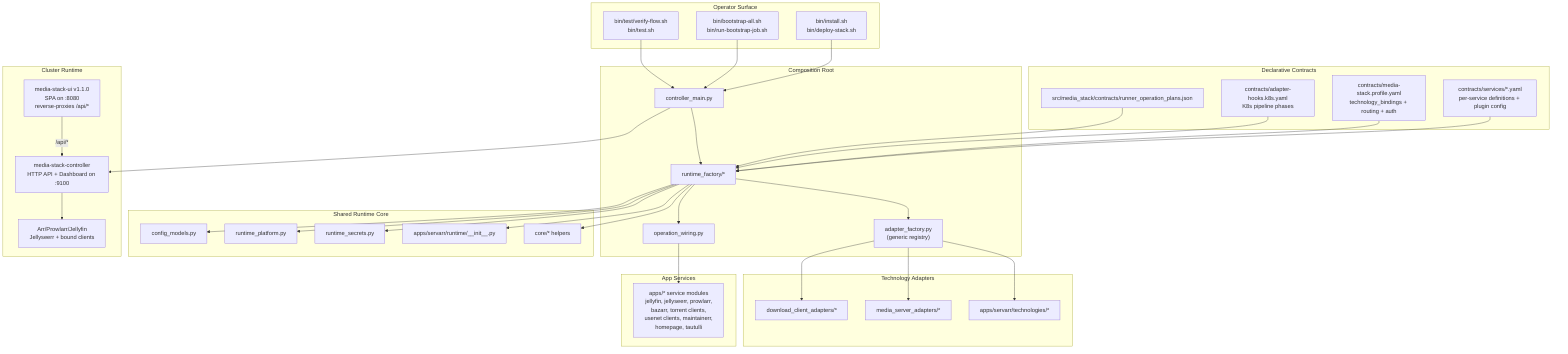
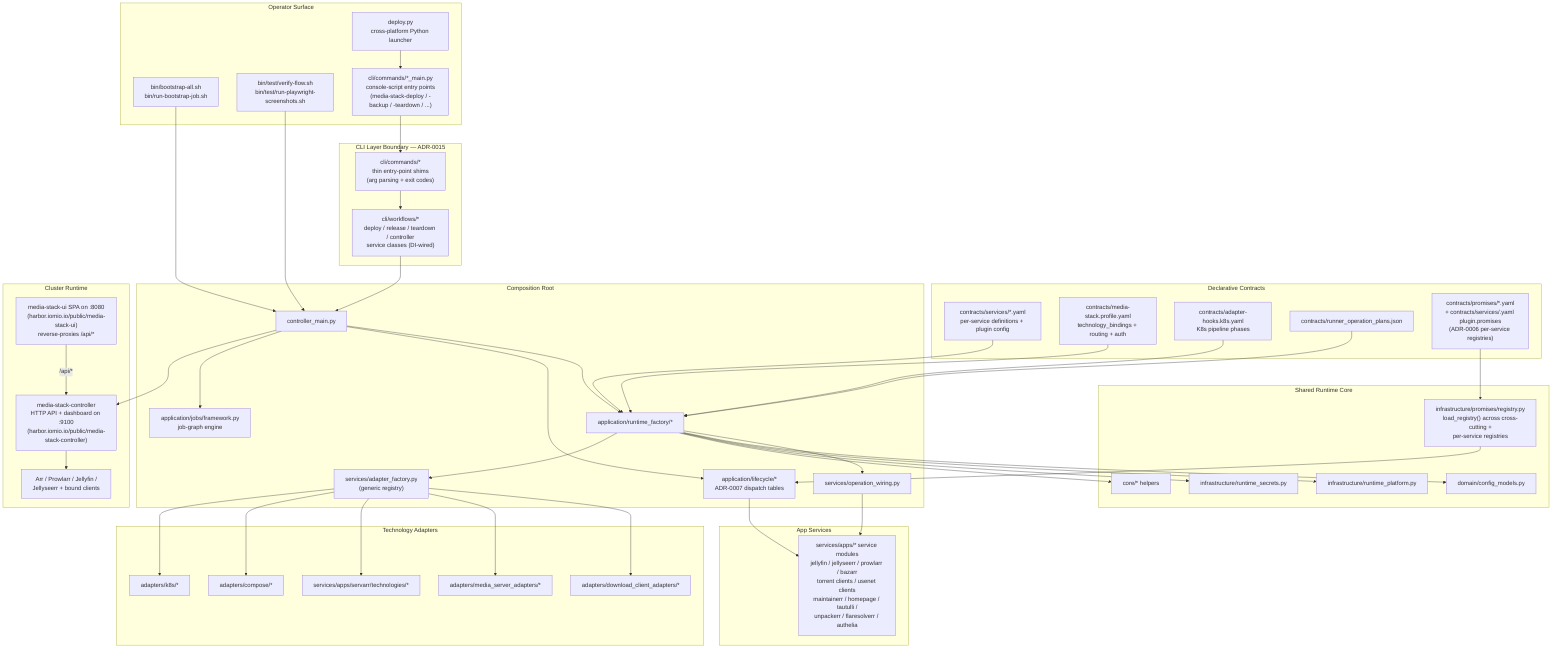
flowchart TD
  subgraph Operators[Operator Surface]
-     SH1["bin/install.sh\nbin/deploy-stack.sh"]
-     SH2["bin/bootstrap-all.sh\nbin/run-bootstrap-job.sh"]
-     SH3["bin/test/verify-flow.sh\nbin/test.sh"]
+     PY["deploy.py\ncross-platform Python launcher"]
+     SH1["bin/bootstrap-all.sh\nbin/run-bootstrap-job.sh"]
+     SH2["bin/test/verify-flow.sh\nbin/test/run-playwright-screenshots.sh"]
+     CLI["cli/commands/*_main.py\nconsole-script entry points\n(media-stack-deploy / -backup / -teardown / ...)"]
  end

  subgraph Contracts[Declarative Contracts]
    SVC["contracts/services/*.yaml\nper-service definitions + plugin config"]
    PROF["contracts/media-stack.profile.yaml\ntechnology_bindings + routing + auth"]
    K8S["contracts/adapter-hooks.k8s.yaml\nK8s pipeline phases"]
-     RPLAN["src/media_stack/contracts/runner_operation_plans.json"]
+     RPLAN["contracts/runner_operation_plans.json"]
+     PROMISES["contracts/promises/*.yaml\n+ contracts/services/<svc>.yaml plugin.promises\n(ADR-0006 per-service registries)"]
+   end
+ 
+   subgraph CliLayer[CLI Layer Boundary — ADR-0015]
+     CMDS["cli/commands/*\nthin entry-point shims\n(arg parsing + exit codes)"]
+     WORKFLOWS["cli/workflows/*\ndeploy / release / teardown / controller\nservice classes (DI-wired)"]
  end

  subgraph Entry[Composition Root]
    MAIN["controller_main.py"]
-     RF["runtime_factory/*"]
-     REG["adapter_factory.py\n(generic registry)"]
-     WIRE["operation_wiring.py"]
+     RF["application/runtime_factory/*"]
+     REG["services/adapter_factory.py\n(generic registry)"]
+     WIRE["services/operation_wiring.py"]
+     LIFECYCLE["application/lifecycle/*\nADR-0007 dispatch tables"]
+     JOBS["application/jobs/framework.py\njob-graph engine"]
  end

  subgraph Core[Shared Runtime Core]
-     CFGM["config_models.py"]
-     CORE_RT["runtime_platform.py"]
-     CORE_SEC["runtime_secrets.py"]
-     ARR["apps/servarr/runtime/__init__.py"]
+     CFGM["domain/config_models.py"]
+     CORE_RT["infrastructure/runtime_platform.py"]
+     CORE_SEC["infrastructure/runtime_secrets.py"]
+     PROMRT["infrastructure/promises/registry.py\nload_registry() across cross-cutting +\nper-service registries"]
    LIB["core/* helpers"]
  end

  subgraph Adapters[Technology Adapters]
-     DL["download_client_adapters/*"]
-     MS["media_server_adapters/*"]
-     SA["apps/servarr/technologies/*"]
+     DL["adapters/download_client_adapters/*"]
+     MS["adapters/media_server_adapters/*"]
+     SA["services/apps/servarr/technologies/*"]
+     COMPOSE["adapters/compose/*"]
+     K8SA["adapters/k8s/*"]
  end

  subgraph AppSvc[App Services]
-     APPMOD["apps/* service modules\njellyfin, jellyseerr, prowlarr,\nbazarr, torrent clients,\nusenet clients, maintainerr,\nhomepage, tautulli"]
+     APPMOD["services/apps/* service modules\njellyfin / jellyseerr / prowlarr / bazarr\ntorrent clients / usenet clients\nmaintainerr / homepage / tautulli /\nunpackerr / flaresolverr / authelia"]
  end

  subgraph Runtime[Cluster Runtime]
-     CTRL["media-stack-controller\nHTTP API + Dashboard on :9100"]
-     UI["media-stack-ui v1.1.0\nSPA on :8080\nreverse-proxies /api/*"]
-     APPS["Arr/Prowlarr/Jellyfin\nJellyseerr + bound clients"]
+     CTRL["media-stack-controller\nHTTP API + dashboard on :9100\n(harbor.iomio.io/public/media-stack-controller)"]
+     UI["media-stack-ui SPA on :8080\n(harbor.iomio.io/public/media-stack-ui)\nreverse-proxies /api/*"]
+     APPS["Arr / Prowlarr / Jellyfin /\nJellyseerr + bound clients"]
  end

+   PY --> CLI
  SH1 --> MAIN
  SH2 --> MAIN
-   SH3 --> MAIN
+   CLI --> CMDS --> WORKFLOWS --> MAIN

  SVC --> RF
  PROF --> RF
  K8S --> RF
  RPLAN --> RF
+   PROMISES --> PROMRT

  MAIN --> RF --> WIRE
+   MAIN --> LIFECYCLE
+   MAIN --> JOBS
+   PROMRT --> LIFECYCLE

  RF --> CFGM
  RF --> CORE_RT
  RF --> CORE_SEC
-   RF --> ARR
  RF --> LIB

  REG --> DL
  REG --> MS
  REG --> SA
+   REG --> COMPOSE
+   REG --> K8SA
  RF --> REG

  WIRE --> APPMOD
+   LIFECYCLE --> APPMOD

  MAIN --> CTRL --> APPS
  UI -->|/api/*| CTRL
